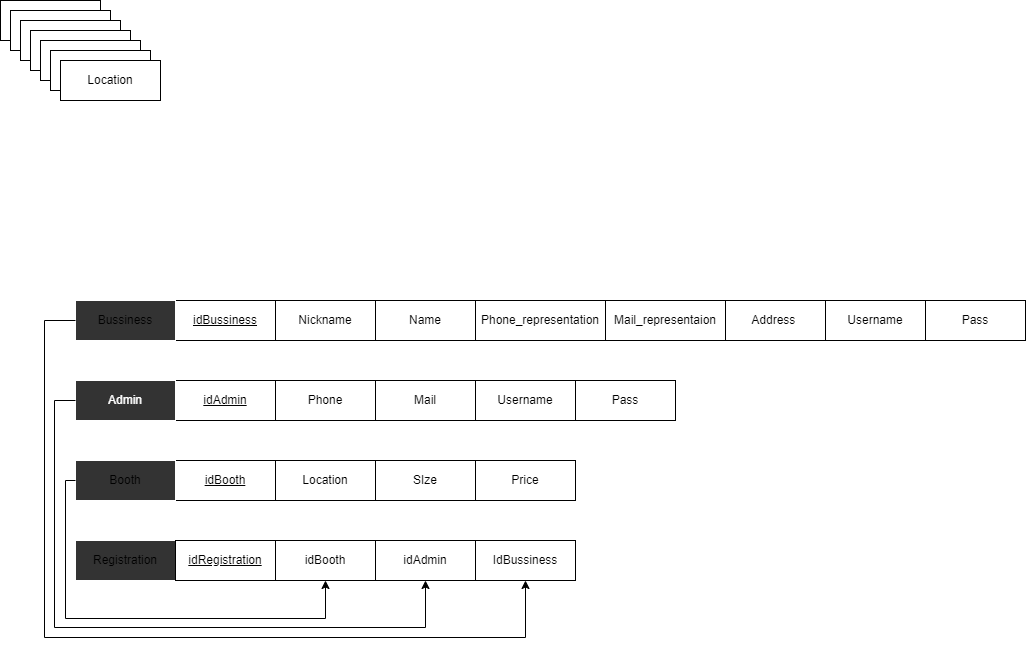
Before: Database/mapping.drawio.png, a diagram exported from draw.io (hao-phamlehoan/CSE-Job-Fair-Registration-Website). Source tidied: cells renumbered, new cells last; positions are measured from the earlier drawing's top-left corner, leaving out a move shared by most shapes.
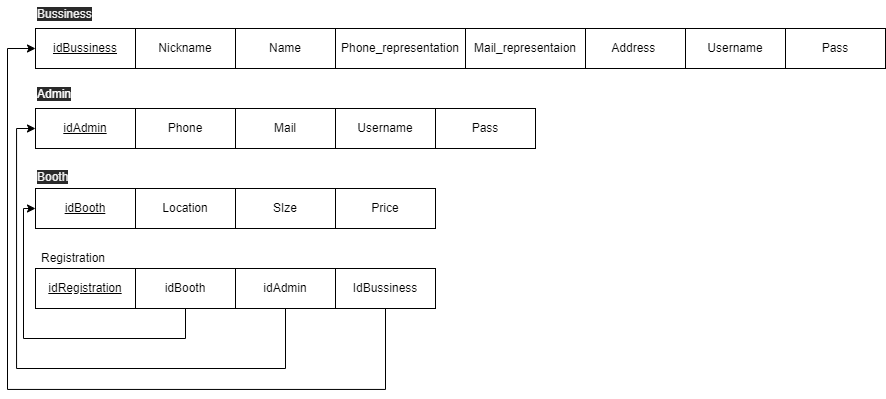
After the change.

What changed in the source:
```diff
@@ -41,39 +41,6 @@
     <mxCell id="14" value="&lt;u&gt;idBussiness&lt;/u&gt;" style="whiteSpace=wrap;html=1;align=center;shadow=0;strokeWidth=1;" parent="1" vertex="1">
       <mxGeometry x="175" y="300" width="100" height="40" as="geometry" />
     </mxCell>
-    <mxCell id="15" value="Registration" style="whiteSpace=wrap;html=1;align=center;shadow=0;strokeWidth=1;fillColor=#333333;strokeColor=#FFFFFF;" parent="1" vertex="1">
-      <mxGeometry x="75" y="540" width="100" height="40" as="geometry" />
-    </mxCell>
-    <mxCell id="16" value="Booth" style="whiteSpace=wrap;html=1;align=center;shadow=0;strokeWidth=1;fillColor=#333333;strokeColor=#FFFFFF;" parent="1" vertex="1">
-      <mxGeometry x="75" y="460" width="100" height="40" as="geometry" />
-    </mxCell>
-    <mxCell id="17" value="Admin" style="whiteSpace=wrap;html=1;align=center;shadow=0;strokeWidth=1;fillColor=#333333;strokeColor=#FFFFFF;fontColor=#FFFFFF;" parent="1" vertex="1">
-      <mxGeometry x="75" y="380" width="100" height="40" as="geometry" />
-    </mxCell>
-    <mxCell id="18" value="Bussiness" style="whiteSpace=wrap;html=1;align=center;shadow=0;strokeWidth=1;fillColor=#333333;strokeColor=#FFFFFF;" parent="1" vertex="1">
-      <mxGeometry x="75" y="300" width="100" height="40" as="geometry" />
-    </mxCell>
-    <mxCell id="19" value="Location" style="whiteSpace=wrap;html=1;align=center;shadow=0;strokeWidth=1;" parent="1" vertex="1">
-      <mxGeometry width="100" height="40" as="geometry" />
-    </mxCell>
-    <mxCell id="20" value="Location" style="whiteSpace=wrap;html=1;align=center;shadow=0;strokeWidth=1;" parent="1" vertex="1">
-      <mxGeometry x="10" y="10" width="100" height="40" as="geometry" />
-    </mxCell>
-    <mxCell id="21" value="Location" style="whiteSpace=wrap;html=1;align=center;shadow=0;strokeWidth=1;" parent="1" vertex="1">
-      <mxGeometry x="20" y="20" width="100" height="40" as="geometry" />
-    </mxCell>
-    <mxCell id="22" value="Location" style="whiteSpace=wrap;html=1;align=center;shadow=0;strokeWidth=1;" parent="1" vertex="1">
-      <mxGeometry x="30" y="30" width="100" height="40" as="geometry" />
-    </mxCell>
-    <mxCell id="23" value="Location" style="whiteSpace=wrap;html=1;align=center;shadow=0;strokeWidth=1;" parent="1" vertex="1">
-      <mxGeometry x="40" y="40" width="100" height="40" as="geometry" />
-    </mxCell>
-    <mxCell id="24" value="Location" style="whiteSpace=wrap;html=1;align=center;shadow=0;strokeWidth=1;" parent="1" vertex="1">
-      <mxGeometry x="50" y="50" width="100" height="40" as="geometry" />
-    </mxCell>
-    <mxCell id="25" value="Location" style="whiteSpace=wrap;html=1;align=center;shadow=0;strokeWidth=1;" parent="1" vertex="1">
-      <mxGeometry x="60" y="60" width="100" height="40" as="geometry" />
-    </mxCell>
     <mxCell id="26" value="idBooth" style="whiteSpace=wrap;html=1;align=center;shadow=0;strokeWidth=1;" parent="1" vertex="1">
       <mxGeometry x="275" y="540" width="100" height="40" as="geometry" />
     </mxCell>
@@ -98,32 +65,44 @@
     <mxCell id="33" value="SIze" style="whiteSpace=wrap;html=1;align=center;shadow=0;strokeWidth=1;" parent="1" vertex="1">
       <mxGeometry x="375" y="460" width="100" height="40" as="geometry" />
     </mxCell>
-    <mxCell id="34" style="endArrow=classic;html=1;rounded=0;fontColor=#FFFFFF;edgeStyle=orthogonalEdgeStyle;endFill=1;entryX=0.5;entryY=1;entryDx=0;entryDy=0;exitX=0;exitY=0.5;exitDx=0;exitDy=0;" parent="1" edge="1" source="16" target="26">
+    <mxCell id="34" style="endArrow=classic;html=1;rounded=0;fontColor=#FFFFFF;edgeStyle=orthogonalEdgeStyle;endFill=1;entryX=0;entryY=0.5;entryDx=0;entryDy=0;exitX=0.5;exitY=1;exitDx=0;exitDy=0;" parent="1" edge="1" source="28" target="14">
       <mxGeometry relative="1" as="geometry">
         <Array as="points">
-          <mxPoint x="65" y="480" />
-          <mxPoint x="65" y="618" />
-          <mxPoint x="325" y="618" />
+          <mxPoint x="525" y="661" />
+          <mxPoint x="147" y="661" />
+          <mxPoint x="147" y="320" />
         </Array>
       </mxGeometry>
     </mxCell>
-    <mxCell id="35" style="endArrow=classic;html=1;rounded=0;fontColor=#FFFFFF;edgeStyle=orthogonalEdgeStyle;endFill=1;entryX=0.5;entryY=1;entryDx=0;entryDy=0;exitX=0;exitY=0.5;exitDx=0;exitDy=0;" parent="1" edge="1" source="17" target="27">
+    <mxCell id="35" style="endArrow=classic;html=1;rounded=0;fontColor=#FFFFFF;edgeStyle=orthogonalEdgeStyle;endFill=1;entryX=0;entryY=0.5;entryDx=0;entryDy=0;exitX=0.5;exitY=1;exitDx=0;exitDy=0;" parent="1" edge="1" source="27" target="7">
       <mxGeometry relative="1" as="geometry">
         <Array as="points">
-          <mxPoint x="54" y="400" />
-          <mxPoint x="54" y="627" />
-          <mxPoint x="425" y="627" />
+          <mxPoint x="425" y="640" />
+          <mxPoint x="156" y="640" />
+          <mxPoint x="156" y="400" />
         </Array>
       </mxGeometry>
     </mxCell>
-    <mxCell id="36" style="endArrow=classic;html=1;rounded=0;fontColor=#FFFFFF;edgeStyle=orthogonalEdgeStyle;endFill=1;entryX=0.5;entryY=1;entryDx=0;entryDy=0;exitX=0;exitY=0.5;exitDx=0;exitDy=0;" parent="1" edge="1" source="18" target="28">
+    <mxCell id="36" style="endArrow=classic;html=1;rounded=0;fontColor=#FFFFFF;edgeStyle=orthogonalEdgeStyle;endFill=1;entryX=0;entryY=0.5;entryDx=0;entryDy=0;exitX=0.5;exitY=1;exitDx=0;exitDy=0;" parent="1" edge="1" source="26" target="3">
       <mxGeometry relative="1" as="geometry">
         <Array as="points">
-          <mxPoint x="44" y="320" />
-          <mxPoint x="44" y="637" />
-          <mxPoint x="525" y="637" />
+          <mxPoint x="325" y="610" />
+          <mxPoint x="163" y="610" />
+          <mxPoint x="163" y="480" />
         </Array>
       </mxGeometry>
     </mxCell>
+    <mxCell id="15" value="Registration" style="text;strokeColor=none;fillColor=none;spacingLeft=4;spacingRight=4;overflow=hidden;fontSize=12;" parent="1" vertex="1">
+      <mxGeometry x="175" y="516" width="114" height="30" as="geometry" />
+    </mxCell>
+    <mxCell id="16" value="&lt;span style=&quot;color: rgb(240, 240, 240); font-family: helvetica; font-size: 12px; font-style: normal; font-weight: 400; letter-spacing: normal; text-align: center; text-indent: 0px; text-transform: none; word-spacing: 0px; background-color: rgb(42, 42, 42); display: inline; float: none;&quot;&gt;Booth&lt;/span&gt;" style="text;whiteSpace=wrap;html=1;" parent="1" vertex="1">
+      <mxGeometry x="175" y="435" width="51" height="28" as="geometry" />
+    </mxCell>
+    <mxCell id="17" value="&lt;span style=&quot;color: rgb(255, 255, 255); font-family: helvetica; font-size: 12px; font-style: normal; font-weight: 400; letter-spacing: normal; text-align: center; text-indent: 0px; text-transform: none; word-spacing: 0px; background-color: rgb(42, 42, 42); display: inline; float: none;&quot;&gt;Admin&lt;/span&gt;" style="text;whiteSpace=wrap;html=1;" parent="1" vertex="1">
+      <mxGeometry x="175" y="352" width="54" height="28" as="geometry" />
+    </mxCell>
+    <mxCell id="18" value="&lt;span style=&quot;color: rgb(240, 240, 240); font-family: helvetica; font-size: 12px; font-style: normal; font-weight: 400; letter-spacing: normal; text-align: center; text-indent: 0px; text-transform: none; word-spacing: 0px; background-color: rgb(42, 42, 42); display: inline; float: none;&quot;&gt;Bussiness&lt;/span&gt;" style="text;whiteSpace=wrap;html=1;" parent="1" vertex="1">
+      <mxGeometry x="175" y="272" width="74" height="28" as="geometry" />
+    </mxCell>
   </root>
 </mxGraphModel>
```
